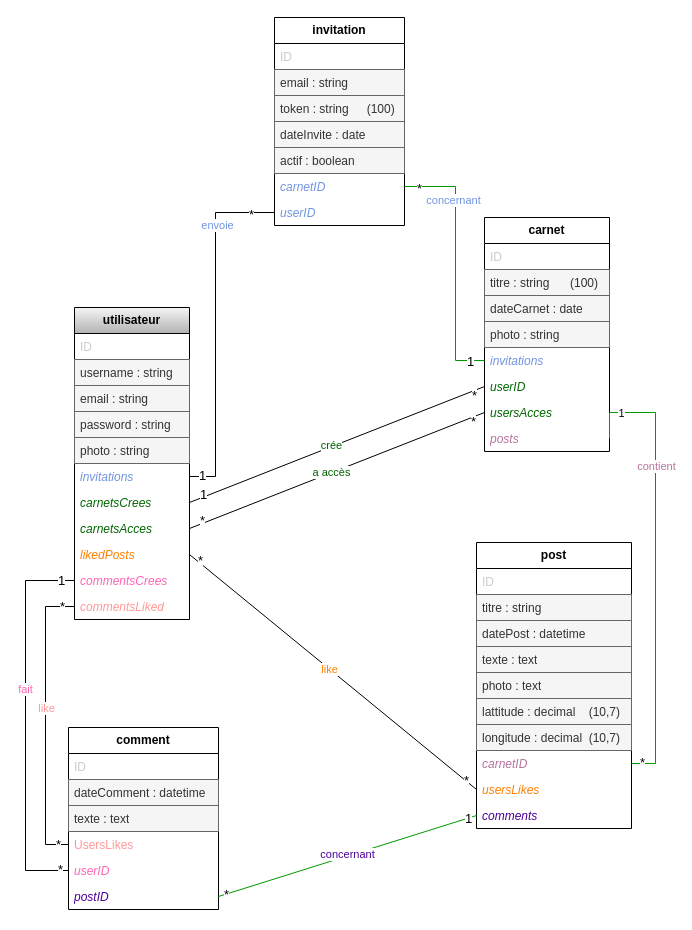
Lcdz85/ProjetFinal-Laura keeps this draw.io diagram as doc-projet-symfony/Diagr_CarnetVoyage3.drawio. Above is the earlier version. Source tidied: cells renumbered, new cells numbered last; positions are measured from the earlier drawing's top-left corner, leaving out a move shared by most shapes. Both pictures are drawn from the tidied source at 100%, with x=0, y=0 at pixel (25, 17).
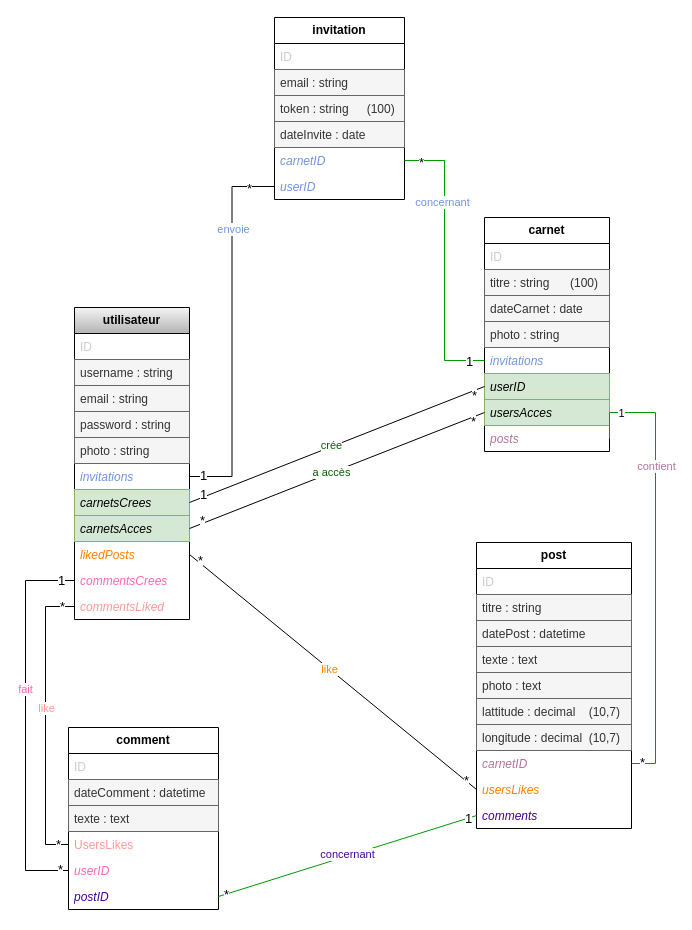
The same diagram, later.

Commit message (it also covers changes not shown here):
add authentification + relations carnetsCrees et carnetsAcces

Unchanged cells that the change refers to:
```xml
<mxCell id="2" value="&lt;b&gt;utilisateur&lt;/b&gt;" style="swimlane;fontStyle=0;horizontal=1;startSize=26;whiteSpace=wrap;html=1;fillColor=#f5f5f5;strokeColor=#000000;gradientColor=#b3b3b3;" parent="1" vertex="1">
  <mxGeometry x="49" y="290" width="115" height="312" as="geometry" />
</mxCell>
<mxCell id="8" value="&lt;font color=&quot;#7194e0&quot;&gt;&lt;i&gt;invitations&lt;/i&gt;&lt;/font&gt;" style="text;strokeColor=none;fillColor=none;align=left;verticalAlign=top;spacingLeft=4;spacingRight=4;overflow=hidden;points=[[0,0.5],[1,0.5]];portConstraint=eastwest;whiteSpace=wrap;html=1;fontColor=#006600;" parent="2" vertex="1">
  <mxGeometry y="156" width="115" height="26" as="geometry" />
</mxCell>
<mxCell id="14" value="&lt;b&gt;carnet&lt;/b&gt;" style="swimlane;fontStyle=0;horizontal=1;startSize=26;fillColor=none;whiteSpace=wrap;html=1;" parent="1" vertex="1">
  <mxGeometry x="459" y="200" width="125" height="234" as="geometry" />
</mxCell>
<mxCell id="19" value="&lt;font color=&quot;#7194e0&quot;&gt;&lt;i&gt;invitations&lt;/i&gt;&lt;/font&gt;" style="text;strokeColor=none;fillColor=none;align=left;verticalAlign=top;spacingLeft=4;spacingRight=4;overflow=hidden;points=[[0,0.5],[1,0.5]];portConstraint=eastwest;whiteSpace=wrap;html=1;fontColor=light-dark(#006600,#EDEDED);" parent="14" vertex="1">
  <mxGeometry y="130" width="125" height="26" as="geometry" />
</mxCell>
```

Change to the diagram source:
```diff
@@
-    <mxCell id="9" value="&lt;font&gt;&lt;i&gt;carnetsCrees&lt;/i&gt;&lt;/font&gt;" style="text;strokeColor=none;fillColor=none;align=left;verticalAlign=top;spacingLeft=4;spacingRight=4;overflow=hidden;points=[[0,0.5],[1,0.5]];portConstraint=eastwest;whiteSpace=wrap;html=1;fontColor=#006600;" parent="2" vertex="1">
+    <mxCell id="9" value="&lt;font&gt;&lt;i&gt;carnetsCrees&lt;/i&gt;&lt;/font&gt;" style="text;strokeColor=#82b366;fillColor=#d5e8d4;align=left;verticalAlign=top;spacingLeft=4;spacingRight=4;overflow=hidden;points=[[0,0.5],[1,0.5]];portConstraint=eastwest;whiteSpace=wrap;html=1;" parent="2" vertex="1">
       <mxGeometry y="182" width="115" height="26" as="geometry" />
     </mxCell>
-    <mxCell id="10" value="&lt;font&gt;&lt;i&gt;carnetsAcces&lt;/i&gt;&lt;/font&gt;" style="text;strokeColor=none;fillColor=none;align=left;verticalAlign=top;spacingLeft=4;spacingRight=4;overflow=hidden;points=[[0,0.5],[1,0.5]];portConstraint=eastwest;whiteSpace=wrap;html=1;fontColor=#006600;" parent="2" vertex="1">
+    <mxCell id="10" value="&lt;font&gt;&lt;i&gt;carnetsAcces&lt;/i&gt;&lt;/font&gt;" style="text;strokeColor=#82b366;fillColor=#d5e8d4;align=left;verticalAlign=top;spacingLeft=4;spacingRight=4;overflow=hidden;points=[[0,0.5],[1,0.5]];portConstraint=eastwest;whiteSpace=wrap;html=1;" parent="2" vertex="1">
       <mxGeometry y="208" width="115" height="26" as="geometry" />
     </mxCell>
@@
-    <mxCell id="20" value="&lt;i&gt;userID&lt;/i&gt;" style="text;strokeColor=none;fillColor=none;align=left;verticalAlign=top;spacingLeft=4;spacingRight=4;overflow=hidden;points=[[0,0.5],[1,0.5]];portConstraint=eastwest;whiteSpace=wrap;html=1;fontColor=light-dark(#006600,#EDEDED);" parent="14" vertex="1">
+    <mxCell id="20" value="&lt;i&gt;userID&lt;/i&gt;" style="text;strokeColor=#82b366;fillColor=#d5e8d4;align=left;verticalAlign=top;spacingLeft=4;spacingRight=4;overflow=hidden;points=[[0,0.5],[1,0.5]];portConstraint=eastwest;whiteSpace=wrap;html=1;" parent="14" vertex="1">
       <mxGeometry y="156" width="125" height="26" as="geometry" />
     </mxCell>
-    <mxCell id="21" value="&lt;i&gt;usersAcces&lt;/i&gt;" style="text;strokeColor=none;fillColor=none;align=left;verticalAlign=top;spacingLeft=4;spacingRight=4;overflow=hidden;points=[[0,0.5],[1,0.5]];portConstraint=eastwest;whiteSpace=wrap;html=1;fontColor=light-dark(#006600,#EDEDED);" parent="14" vertex="1">
+    <mxCell id="21" value="&lt;i&gt;usersAcces&lt;/i&gt;" style="text;strokeColor=#82b366;fillColor=#d5e8d4;align=left;verticalAlign=top;spacingLeft=4;spacingRight=4;overflow=hidden;points=[[0,0.5],[1,0.5]];portConstraint=eastwest;whiteSpace=wrap;html=1;" parent="14" vertex="1">
       <mxGeometry y="182" width="125" height="26" as="geometry" />
     </mxCell>
@@
     <mxCell id="65" value="&lt;b&gt;invitation&lt;/b&gt;" style="swimlane;fontStyle=0;horizontal=1;startSize=26;fillColor=none;whiteSpace=wrap;html=1;" parent="1" vertex="1">
-      <mxGeometry x="249" width="130" height="208" as="geometry" />
+      <mxGeometry x="249" width="130" height="182" as="geometry" />
     </mxCell>
@@
-    <mxCell id="70" value="actif : boolean" style="text;strokeColor=#666666;fillColor=#f5f5f5;align=left;verticalAlign=top;spacingLeft=4;spacingRight=4;overflow=hidden;whiteSpace=wrap;html=1;fontColor=#333333;" parent="65" vertex="1">
-      <mxGeometry y="130" width="130" height="26" as="geometry" />
-    </mxCell>
     <mxCell id="71" value="&lt;i&gt;carnetID&lt;/i&gt;" style="text;strokeColor=none;fillColor=none;align=left;verticalAlign=top;spacingLeft=4;spacingRight=4;overflow=hidden;points=[[0,0.5],[1,0.5]];portConstraint=eastwest;whiteSpace=wrap;html=1;fontColor=#7194E0;" parent="65" vertex="1">
-      <mxGeometry y="156" width="130" height="26" as="geometry" />
+      <mxGeometry y="130" width="130" height="26" as="geometry" />
     </mxCell>
     <mxCell id="72" value="&lt;i&gt;userID&lt;/i&gt;" style="text;strokeColor=none;fillColor=none;align=left;verticalAlign=top;spacingLeft=4;spacingRight=4;overflow=hidden;points=[[0,0.5],[1,0.5]];portConstraint=eastwest;whiteSpace=wrap;html=1;fontColor=#7194E0;" parent="65" vertex="1">
-      <mxGeometry y="182" width="130" height="26" as="geometry" />
+      <mxGeometry y="156" width="130" height="26" as="geometry" />
     </mxCell>
     <mxCell id="73" style="endArrow=none;endFill=0;endSize=12;html=1;rounded=0;exitX=0;exitY=0.5;exitDx=0;exitDy=0;entryX=1;entryY=0.5;entryDx=0;entryDy=0;strokeColor=#009900;edgeStyle=orthogonalEdgeStyle;" parent="1" edge="1" source="19" target="71">
-      <mxGeometry relative="1" as="geometry">
-        <Array as="points">
-          <mxPoint x="430" y="343" />
-          <mxPoint x="430" y="169" />
-        </Array>
-      </mxGeometry>
+      <mxGeometry relative="1" as="geometry" />
     </mxCell>
@@
     <mxCell id="77" style="endArrow=none;endFill=0;endSize=12;html=1;rounded=0;exitX=1;exitY=0.5;exitDx=0;exitDy=0;entryX=0;entryY=0.5;entryDx=0;entryDy=0;strokeColor=#000000;edgeStyle=orthogonalEdgeStyle;" parent="1" edge="1" source="8" target="72">
-      <mxGeometry relative="1" as="geometry">
-        <Array as="points">
-          <mxPoint x="190" y="459" />
-          <mxPoint x="190" y="195" />
-        </Array>
-      </mxGeometry>
+      <mxGeometry relative="1" as="geometry" />
     </mxCell>
```
